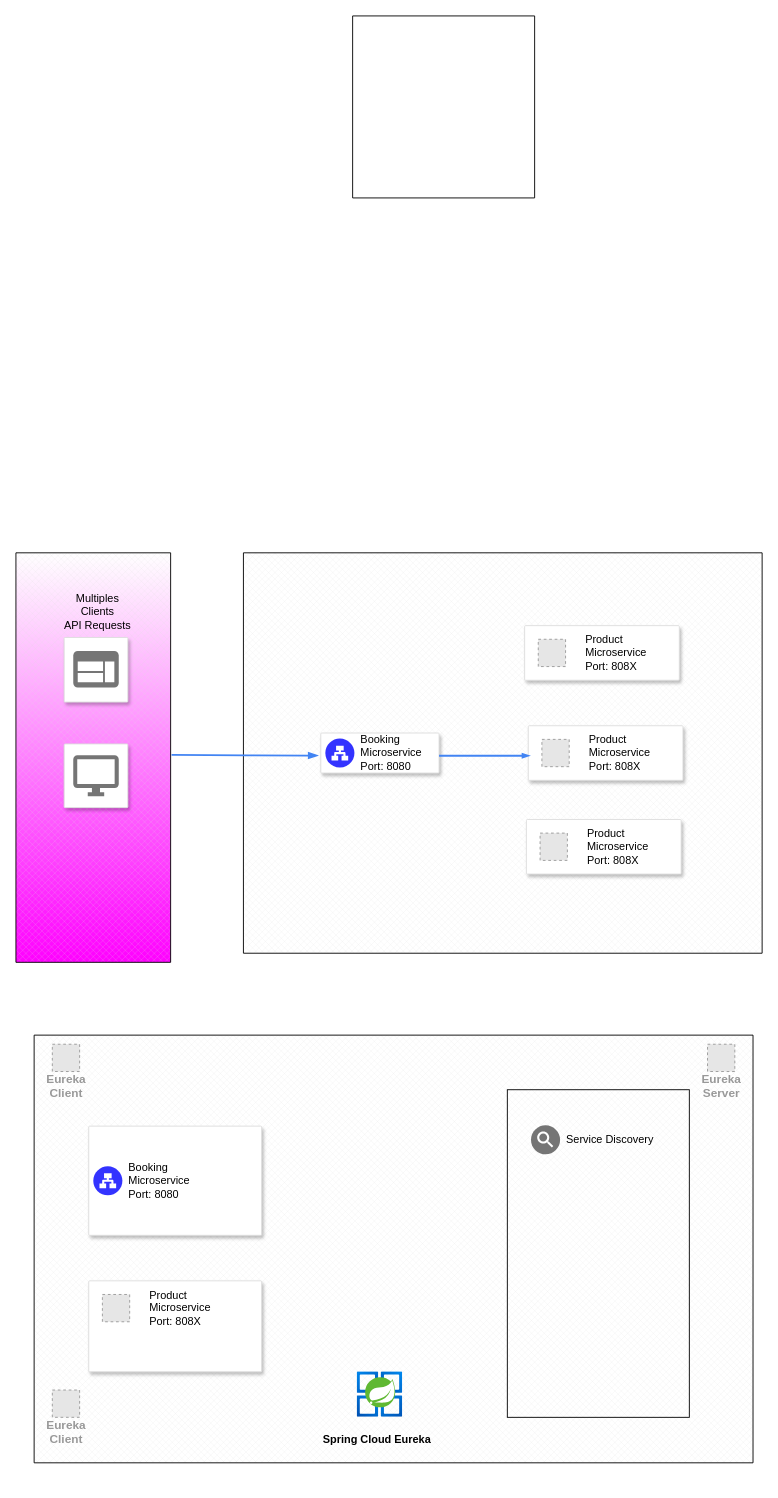
Earlier version of the draw.io diagram service-registry.drawio (lalgovia/service-registry). Source tidied: cells renumbered, new cells numbered last; positions are measured from the earlier drawing's top-left corner, leaving out a move shared by most shapes. Both pictures are drawn from the tidied source at 91%, with x=0, y=0 at pixel (15, 15). Pictures stored in the file or linked from it are replaced by grey dashed boxes.
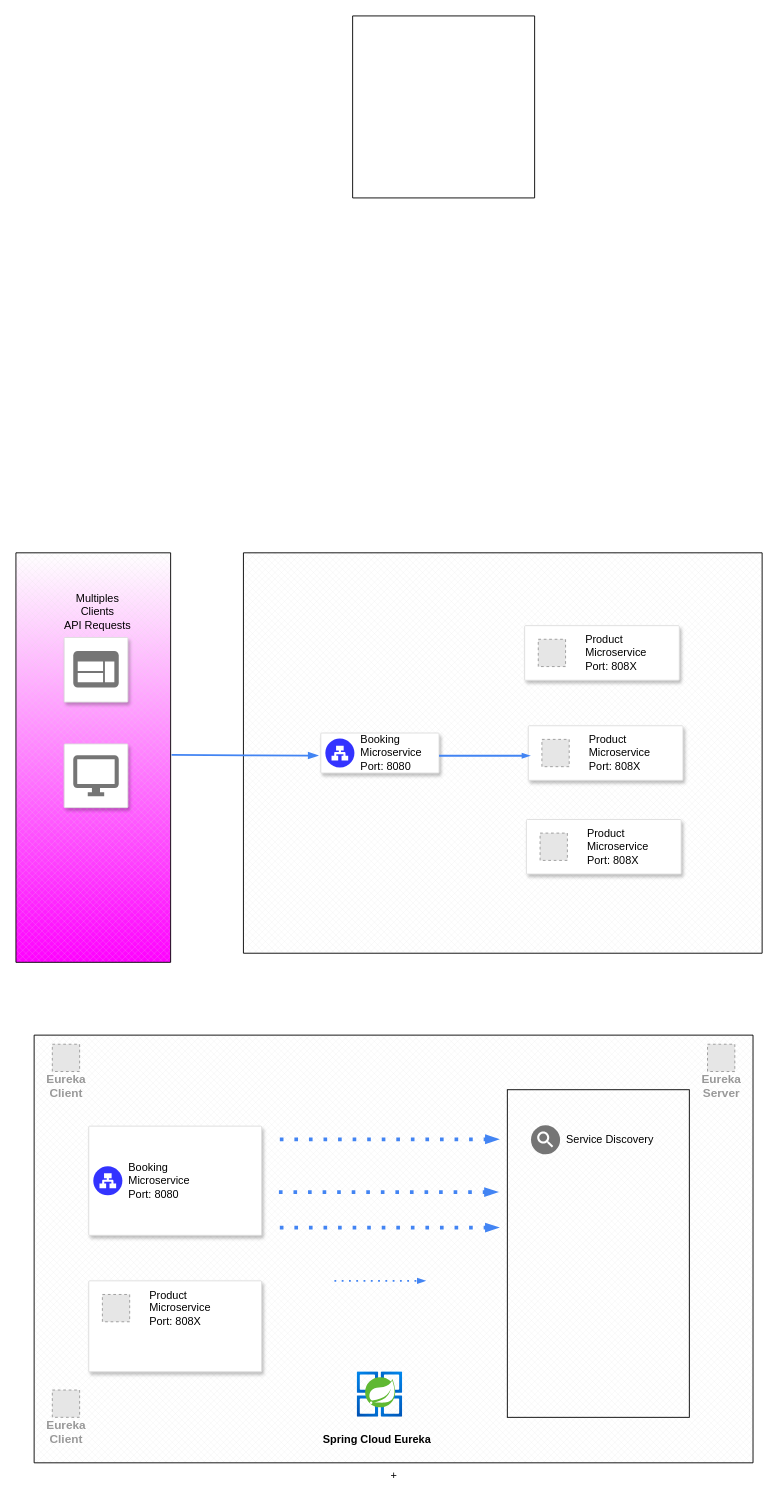
Above is the later version.

What changed in the source:
```diff
@@
-    <mxCell id="20" style="verticalLabelPosition=bottom;verticalAlign=top;html=1;shape=mxgraph.basic.patternFillRect;fillStyle=diagGrid;step=5;fillStrokeWidth=0.2;fillStrokeColor=#dddddd;" parent="1" vertex="1">
+    <mxCell id="20" value="+" style="verticalLabelPosition=bottom;verticalAlign=top;html=1;shape=mxgraph.basic.patternFillRect;fillStyle=diagGrid;step=5;fillStrokeWidth=0.2;fillStrokeColor=#dddddd;" parent="1" vertex="1">
       <mxGeometry x="20" y="1120" width="790" height="470" as="geometry" />
     </mxCell>
@@
+    <mxCell id="33" style="edgeStyle=orthogonalEdgeStyle;fontSize=12;html=1;endArrow=blockThin;endFill=1;rounded=0;strokeWidth=2;endSize=4;startSize=4;dashed=1;dashPattern=1 3;strokeColor=#4284F3;labelBackgroundColor=default;hachureGap=4;fontFamily=Helvetica;fontColor=default;shape=connector;" parent="1" edge="1">
+      <mxGeometry relative="1" as="geometry">
+        <mxPoint x="350" y="1390" as="sourcePoint" />
+        <mxPoint x="450" y="1390" as="targetPoint" />
+      </mxGeometry>
+    </mxCell>
+    <mxCell id="34" style="edgeStyle=orthogonalEdgeStyle;fontSize=12;html=1;endArrow=blockThin;endFill=1;rounded=0;strokeWidth=4;endSize=4;startSize=4;dashed=1;dashPattern=1 3;strokeColor=#4284F3;labelBackgroundColor=default;hachureGap=4;fontFamily=Helvetica;fontColor=default;shape=connector;" parent="1" edge="1">
+      <mxGeometry relative="1" as="geometry">
+        <mxPoint x="290" y="1234.5" as="sourcePoint" />
+        <mxPoint x="530" y="1234.5" as="targetPoint" />
+      </mxGeometry>
+    </mxCell>
+    <mxCell id="35" style="edgeStyle=orthogonalEdgeStyle;fontSize=12;html=1;endArrow=blockThin;endFill=1;rounded=0;strokeWidth=4;endSize=4;startSize=4;dashed=1;dashPattern=1 3;strokeColor=#4284F3;labelBackgroundColor=default;hachureGap=4;fontFamily=Helvetica;fontColor=default;shape=connector;" parent="1" edge="1">
+      <mxGeometry relative="1" as="geometry">
+        <mxPoint x="289" y="1292.5" as="sourcePoint" />
+        <mxPoint x="529" y="1292.5" as="targetPoint" />
+      </mxGeometry>
+    </mxCell>
+    <mxCell id="36" style="edgeStyle=orthogonalEdgeStyle;fontSize=12;html=1;endArrow=blockThin;endFill=1;rounded=0;strokeWidth=4;endSize=4;startSize=4;dashed=1;dashPattern=1 3;strokeColor=#4284F3;labelBackgroundColor=default;hachureGap=4;fontFamily=Helvetica;fontColor=default;shape=connector;" parent="1" edge="1">
+      <mxGeometry relative="1" as="geometry">
+        <mxPoint x="290" y="1331.5" as="sourcePoint" />
+        <mxPoint x="530" y="1331.5" as="targetPoint" />
+      </mxGeometry>
+    </mxCell>
```
